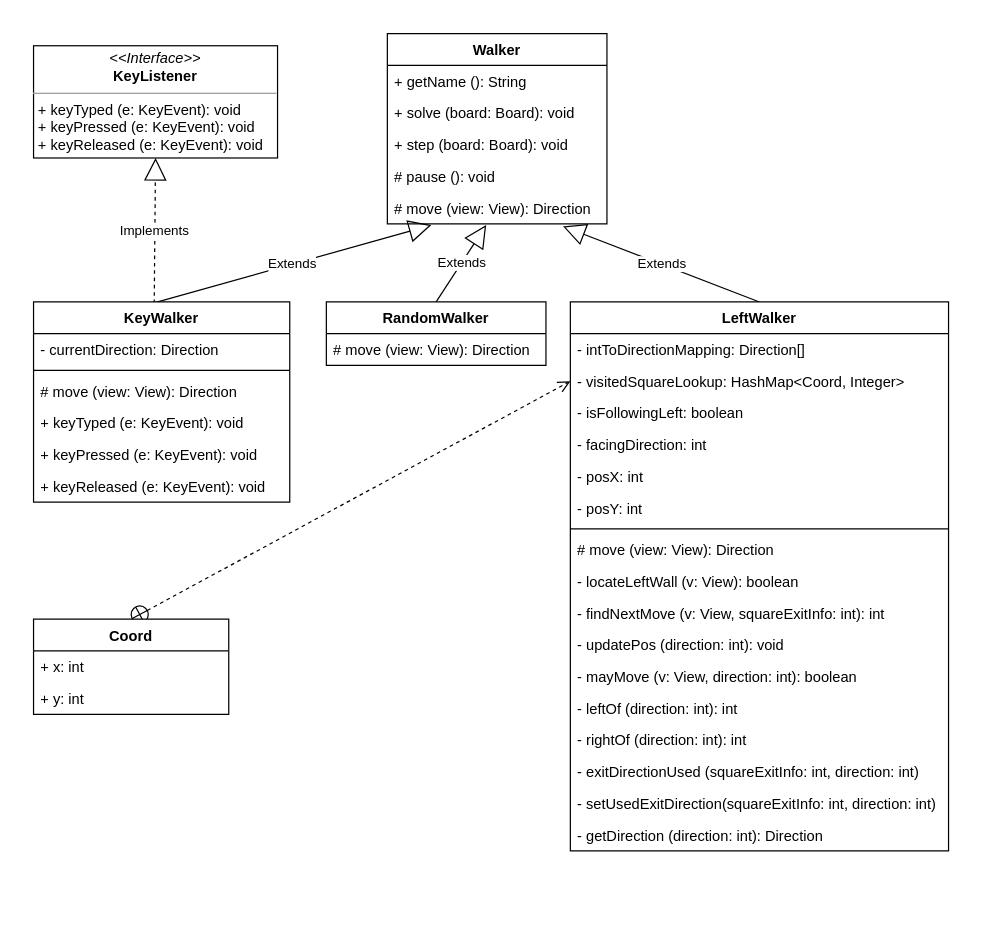
erikha1501/AmazingMaze keeps this draw.io diagram as docs/amazing maze.drawio. Above is the earlier version. Source tidied: cells renumbered, new cells numbered last; positions are measured from the earlier drawing's top-left corner, leaving out a move shared by most shapes. Both pictures are drawn from the tidied source at 122%, with x=0, y=0 at pixel (33, 33).
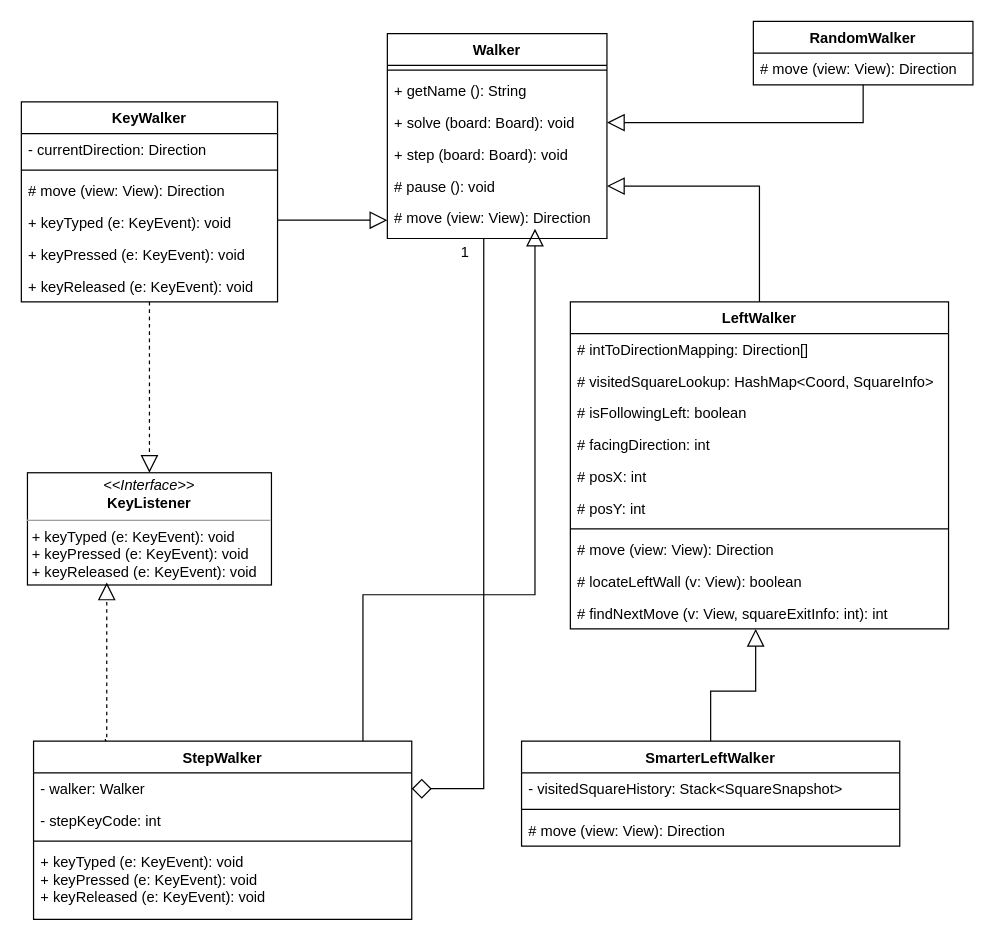
The same page after the edit.

Commit message (it also covers changes not shown here):
Update uml diagram

Change to the diagram source:
```diff
@@
-    <mxCell id="2" value="&lt;p style=&quot;margin: 0px ; margin-top: 4px ; text-align: center&quot;&gt;&lt;i&gt;&amp;lt;&amp;lt;Interface&amp;gt;&amp;gt;&lt;/i&gt;&lt;br&gt;&lt;b&gt;KeyListener&lt;/b&gt;&lt;/p&gt;&lt;hr size=&quot;1&quot;&gt;&lt;p style=&quot;margin: 0px ; margin-left: 4px&quot;&gt;+ keyTyped (e: KeyEvent): void&lt;br&gt;+ keyPressed (e: KeyEvent): void&lt;br&gt;&lt;/p&gt;&lt;p style=&quot;margin: 0px ; margin-left: 4px&quot;&gt;+ keyReleased (e: KeyEvent): void&lt;br&gt;&lt;/p&gt;" style="verticalAlign=top;align=left;overflow=fill;fontSize=12;fontFamily=Helvetica;html=1;" parent="1" vertex="1">
-      <mxGeometry y="10" width="200" height="92" as="geometry" />
+    <mxCell id="2" value="&lt;p style=&quot;margin: 0px ; margin-top: 4px ; text-align: center&quot;&gt;&lt;i&gt;&amp;lt;&amp;lt;Interface&amp;gt;&amp;gt;&lt;/i&gt;&lt;br&gt;&lt;b&gt;KeyListener&lt;/b&gt;&lt;/p&gt;&lt;hr size=&quot;1&quot;&gt;&lt;p style=&quot;margin: 0px 0px 0px 4px&quot;&gt;+ keyTyped (e: KeyEvent): void&lt;br&gt;+ keyPressed (e: KeyEvent): void&lt;br&gt;&lt;/p&gt;&lt;p style=&quot;margin: 0px 0px 0px 4px&quot;&gt;+ keyReleased (e: KeyEvent): void&lt;/p&gt;" style="verticalAlign=top;align=left;overflow=fill;fontSize=12;fontFamily=Helvetica;html=1;" parent="1" vertex="1">
+      <mxGeometry x="-5" y="360" width="200" height="92" as="geometry" />
     </mxCell>
-    <mxCell id="3" value="Extends" style="endArrow=block;endSize=16;endFill=0;html=1;exitX=0.467;exitY=0.006;exitDx=0;exitDy=0;exitPerimeter=0;entryX=0.2;entryY=1.038;entryDx=0;entryDy=0;entryPerimeter=0;" parent="1" edge="1" source="32" target="10">
-      <mxGeometry relative="1" as="geometry" />
-    </mxCell>
-    <mxCell id="4" value="Implements" style="endArrow=block;endSize=16;endFill=0;html=1;exitX=0.471;exitY=0.006;exitDx=0;exitDy=0;exitPerimeter=0;entryX=0.5;entryY=1;entryDx=0;entryDy=0;dashed=1;" parent="1" edge="1" source="32" target="2">
-      <mxGeometry relative="1" as="geometry" />
-    </mxCell>
     <mxCell id="5" value="Walker" style="swimlane;fontStyle=1;align=center;verticalAlign=top;horizontal=1;startSize=26;" parent="1" vertex="1">
-      <mxGeometry x="290" width="180" height="156" as="geometry" />
+      <mxGeometry x="290" width="180" height="168" as="geometry" />
     </mxCell>
+    <mxCell id="44" style="line;strokeWidth=1;fillColor=none;align=left;verticalAlign=middle;spacingTop=-1;spacingLeft=3;spacingRight=3;labelPosition=right;" parent="5" vertex="1">
+      <mxGeometry y="26" width="180" height="8" as="geometry" />
+    </mxCell>
     <mxCell id="6" value="+ getName (): String" style="text;strokeColor=none;fillColor=none;align=left;verticalAlign=top;spacingLeft=4;spacingRight=4;overflow=hidden;" parent="5" vertex="1">
-      <mxGeometry y="26" width="180" height="26" as="geometry" />
+      <mxGeometry y="34" width="180" height="26" as="geometry" />
     </mxCell>
     <mxCell id="7" value="+ solve (board: Board): void" style="text;strokeColor=none;fillColor=none;align=left;verticalAlign=top;spacingLeft=4;spacingRight=4;overflow=hidden;points=[[0,0.5],[1,0.5]];portConstraint=eastwest;imageHeight=24;" parent="5" vertex="1">
-      <mxGeometry y="52" width="180" height="26" as="geometry" />
+      <mxGeometry y="60" width="180" height="26" as="geometry" />
     </mxCell>
     <mxCell id="8" value="+ step (board: Board): void" style="text;strokeColor=none;fillColor=none;align=left;verticalAlign=top;spacingLeft=4;spacingRight=4;overflow=hidden;" parent="5" vertex="1">
-      <mxGeometry y="78" width="180" height="26" as="geometry" />
+      <mxGeometry y="86" width="180" height="26" as="geometry" />
     </mxCell>
     <mxCell id="9" value="# pause (): void" style="text;strokeColor=none;fillColor=none;align=left;verticalAlign=top;spacingLeft=4;spacingRight=4;overflow=hidden;points=[[0,0.5],[1,0.5]];portConstraint=eastwest;" parent="5" vertex="1">
-      <mxGeometry y="104" width="180" height="26" as="geometry" />
+      <mxGeometry y="112" width="180" height="26" as="geometry" />
     </mxCell>
     <mxCell id="10" value="# move (view: View): Direction" style="text;strokeColor=none;fillColor=none;align=left;verticalAlign=top;spacingLeft=4;spacingRight=4;overflow=hidden;points=[[0,0.5],[1,0.5]];portConstraint=eastwest;" parent="5" vertex="1">
-      <mxGeometry y="130" width="180" height="26" as="geometry" />
+      <mxGeometry y="138" width="180" height="30" as="geometry" />
     </mxCell>
-    <mxCell id="11" value="Extends" style="endArrow=block;endSize=16;endFill=0;html=1;exitX=0.5;exitY=0;exitDx=0;exitDy=0;entryX=0.45;entryY=1.038;entryDx=0;entryDy=0;entryPerimeter=0;" parent="1" edge="1" source="39" target="10">
-      <mxGeometry relative="1" as="geometry" />
-    </mxCell>
-    <mxCell id="12" value="Extends" style="endArrow=block;endSize=16;endFill=0;html=1;exitX=0.5;exitY=0;exitDx=0;exitDy=0;entryX=0.8;entryY=1.077;entryDx=0;entryDy=0;entryPerimeter=0;" parent="1" edge="1" source="14" target="10">
-      <mxGeometry relative="1" as="geometry" />
-    </mxCell>
-    <mxCell id="13" style="endArrow=open;startArrow=circlePlus;endFill=0;startFill=0;endSize=8;html=1;dashed=1;exitX=0.5;exitY=0;exitDx=0;exitDy=0;entryX=0;entryY=0.5;entryDx=0;entryDy=0;" parent="1" edge="1" source="41" target="16">
-      <mxGeometry relative="1" as="geometry" />
-    </mxCell>
+    <mxCell id="45" style="edgeStyle=orthogonalEdgeStyle;rounded=0;jettySize=auto;html=1;endArrow=block;endFill=0;startSize=6;endSize=12;entryX=1;entryY=0.5;entryDx=0;entryDy=0;" parent="1" edge="1" source="14" target="9">
+      <mxGeometry relative="1" as="geometry" />
+    </mxCell>
     <mxCell id="14" value="LeftWalker" style="swimlane;fontStyle=1;align=center;verticalAlign=top;horizontal=1;startSize=26;" parent="1" vertex="1">
-      <mxGeometry x="440" y="220" width="310" height="450" as="geometry" />
+      <mxGeometry x="440" y="220" width="310" height="268" as="geometry" />
     </mxCell>
-    <mxCell id="15" value="- intToDirectionMapping: Direction[]" style="text;strokeColor=none;fillColor=none;align=left;verticalAlign=top;spacingLeft=4;spacingRight=4;overflow=hidden;" parent="14" vertex="1">
+    <mxCell id="15" value="# intToDirectionMapping: Direction[]" style="text;strokeColor=none;fillColor=none;align=left;verticalAlign=top;spacingLeft=4;spacingRight=4;overflow=hidden;" parent="14" vertex="1">
       <mxGeometry y="26" width="310" height="26" as="geometry" />
     </mxCell>
-    <mxCell id="16" value="- visitedSquareLookup: HashMap&lt;Coord, Integer&gt;" style="text;strokeColor=none;fillColor=none;align=left;verticalAlign=top;spacingLeft=4;spacingRight=4;overflow=hidden;points=[[0,0.5],[1,0.5]];portConstraint=eastwest;" parent="14" vertex="1">
+    <mxCell id="16" value="# visitedSquareLookup: HashMap&lt;Coord, SquareInfo&gt;" style="text;strokeColor=none;fillColor=none;align=left;verticalAlign=top;spacingLeft=4;spacingRight=4;overflow=hidden;points=[[0,0.5],[1,0.5]];portConstraint=eastwest;" parent="14" vertex="1">
       <mxGeometry y="52" width="310" height="26" as="geometry" />
     </mxCell>
-    <mxCell id="17" value="- isFollowingLeft: boolean" style="text;strokeColor=none;fillColor=none;align=left;verticalAlign=top;spacingLeft=4;spacingRight=4;overflow=hidden;" parent="14" vertex="1">
+    <mxCell id="17" value="# isFollowingLeft: boolean" style="text;strokeColor=none;fillColor=none;align=left;verticalAlign=top;spacingLeft=4;spacingRight=4;overflow=hidden;" parent="14" vertex="1">
       <mxGeometry y="78" width="310" height="26" as="geometry" />
     </mxCell>
-    <mxCell id="18" value="- facingDirection: int" style="text;strokeColor=none;fillColor=none;align=left;verticalAlign=top;spacingLeft=4;spacingRight=4;overflow=hidden;" parent="14" vertex="1">
+    <mxCell id="18" value="# facingDirection: int" style="text;strokeColor=none;fillColor=none;align=left;verticalAlign=top;spacingLeft=4;spacingRight=4;overflow=hidden;" parent="14" vertex="1">
       <mxGeometry y="104" width="310" height="26" as="geometry" />
     </mxCell>
-    <mxCell id="19" value="- posX: int" style="text;strokeColor=none;fillColor=none;align=left;verticalAlign=top;spacingLeft=4;spacingRight=4;overflow=hidden;" parent="14" vertex="1">
+    <mxCell id="19" value="# posX: int" style="text;strokeColor=none;fillColor=none;align=left;verticalAlign=top;spacingLeft=4;spacingRight=4;overflow=hidden;" parent="14" vertex="1">
       <mxGeometry y="130" width="310" height="26" as="geometry" />
     </mxCell>
-    <mxCell id="20" value="- posY: int" style="text;strokeColor=none;fillColor=none;align=left;verticalAlign=top;spacingLeft=4;spacingRight=4;overflow=hidden;" parent="14" vertex="1">
+    <mxCell id="20" value="# posY: int" style="text;strokeColor=none;fillColor=none;align=left;verticalAlign=top;spacingLeft=4;spacingRight=4;overflow=hidden;" parent="14" vertex="1">
       <mxGeometry y="156" width="310" height="26" as="geometry" />
     </mxCell>
@@
-    <mxCell id="23" value="- locateLeftWall (v: View): boolean" style="text;strokeColor=none;fillColor=none;align=left;verticalAlign=top;spacingLeft=4;spacingRight=4;overflow=hidden;" parent="14" vertex="1">
+    <mxCell id="23" value="# locateLeftWall (v: View): boolean" style="text;strokeColor=none;fillColor=none;align=left;verticalAlign=top;spacingLeft=4;spacingRight=4;overflow=hidden;" parent="14" vertex="1">
       <mxGeometry y="216" width="310" height="26" as="geometry" />
     </mxCell>
-    <mxCell id="24" value="- findNextMove (v: View, squareExitInfo: int): int" style="text;strokeColor=none;fillColor=none;align=left;verticalAlign=top;spacingLeft=4;spacingRight=4;overflow=hidden;points=[[0,0.5],[1,0.5]];portConstraint=eastwest;" parent="14" vertex="1">
+    <mxCell id="24" value="# findNextMove (v: View, squareExitInfo: int): int" style="text;strokeColor=none;fillColor=none;align=left;verticalAlign=top;spacingLeft=4;spacingRight=4;overflow=hidden;points=[[0,0.5],[1,0.5]];portConstraint=eastwest;" parent="14" vertex="1">
       <mxGeometry y="242" width="310" height="26" as="geometry" />
     </mxCell>
-    <mxCell id="25" value="- updatePos (direction: int): void" style="text;strokeColor=none;fillColor=none;align=left;verticalAlign=top;spacingLeft=4;spacingRight=4;overflow=hidden;" parent="14" vertex="1">
-      <mxGeometry y="268" width="310" height="26" as="geometry" />
-    </mxCell>
-    <mxCell id="26" value="- mayMove (v: View, direction: int): boolean" style="text;strokeColor=none;fillColor=none;align=left;verticalAlign=top;spacingLeft=4;spacingRight=4;overflow=hidden;" parent="14" vertex="1">
-      <mxGeometry y="294" width="310" height="26" as="geometry" />
-    </mxCell>
-    <mxCell id="27" value="- leftOf (direction: int): int" style="text;strokeColor=none;fillColor=none;align=left;verticalAlign=top;spacingLeft=4;spacingRight=4;overflow=hidden;" parent="14" vertex="1">
-      <mxGeometry y="320" width="310" height="26" as="geometry" />
-    </mxCell>
-    <mxCell id="28" value="- rightOf (direction: int): int" style="text;strokeColor=none;fillColor=none;align=left;verticalAlign=top;spacingLeft=4;spacingRight=4;overflow=hidden;" parent="14" vertex="1">
-      <mxGeometry y="346" width="310" height="26" as="geometry" />
-    </mxCell>
-    <mxCell id="29" value="- exitDirectionUsed (squareExitInfo: int, direction: int)" style="text;strokeColor=none;fillColor=none;align=left;verticalAlign=top;spacingLeft=4;spacingRight=4;overflow=hidden;" parent="14" vertex="1">
-      <mxGeometry y="372" width="310" height="26" as="geometry" />
-    </mxCell>
-    <mxCell id="30" value="- setUsedExitDirection(squareExitInfo: int, direction: int)" style="text;strokeColor=none;fillColor=none;align=left;verticalAlign=top;spacingLeft=4;spacingRight=4;overflow=hidden;" parent="14" vertex="1">
-      <mxGeometry y="398" width="310" height="26" as="geometry" />
-    </mxCell>
-    <mxCell id="31" value="- getDirection (direction: int): Direction" style="text;strokeColor=none;fillColor=none;align=left;verticalAlign=top;spacingLeft=4;spacingRight=4;overflow=hidden;" parent="14" vertex="1">
-      <mxGeometry y="424" width="310" height="26" as="geometry" />
-    </mxCell>
+    <mxCell id="3" style="edgeStyle=orthogonalEdgeStyle;rounded=0;jettySize=auto;html=1;startSize=6;endArrow=block;endFill=0;endSize=12;entryX=0;entryY=0.5;entryDx=0;entryDy=0;" parent="1" edge="1" source="32" target="10">
+      <mxGeometry relative="1" as="geometry">
+        <Array as="points">
+          <mxPoint x="140" y="145" />
+        </Array>
+      </mxGeometry>
+    </mxCell>
+    <mxCell id="46" style="edgeStyle=orthogonalEdgeStyle;rounded=0;jettySize=auto;html=1;entryX=1;entryY=0.5;entryDx=0;entryDy=0;startSize=6;endArrow=block;endFill=0;endSize=12;" parent="1" edge="1" source="39" target="7">
+      <mxGeometry relative="1" as="geometry" />
+    </mxCell>
+    <mxCell id="47" style="edgeStyle=orthogonalEdgeStyle;rounded=0;jettySize=auto;html=1;entryX=0.49;entryY=1;entryDx=0;entryDy=0;entryPerimeter=0;startSize=6;endArrow=block;endFill=0;endSize=12;" parent="1" edge="1" source="48" target="24">
+      <mxGeometry relative="1" as="geometry" />
+    </mxCell>
+    <mxCell id="48" value="SmarterLeftWalker" style="swimlane;fontStyle=1;align=center;verticalAlign=top;horizontal=1;startSize=26;" parent="1" vertex="1">
+      <mxGeometry x="400" y="580" width="310" height="86" as="geometry" />
+    </mxCell>
+    <mxCell id="49" value="- visitedSquareHistory: Stack&lt;SquareSnapshot&gt;" style="text;strokeColor=none;fillColor=none;align=left;verticalAlign=top;spacingLeft=4;spacingRight=4;overflow=hidden;" parent="48" vertex="1">
+      <mxGeometry y="26" width="310" height="26" as="geometry" />
+    </mxCell>
+    <mxCell id="50" style="line;strokeWidth=1;fillColor=none;align=left;verticalAlign=middle;spacingTop=-1;spacingLeft=3;spacingRight=3;labelPosition=right;" parent="48" vertex="1">
+      <mxGeometry y="52" width="310" height="8" as="geometry" />
+    </mxCell>
+    <mxCell id="51" value="# move (view: View): Direction" style="text;strokeColor=none;fillColor=none;align=left;verticalAlign=top;spacingLeft=4;spacingRight=4;overflow=hidden;" parent="48" vertex="1">
+      <mxGeometry y="60" width="310" height="26" as="geometry" />
+    </mxCell>
+    <mxCell id="52" style="edgeStyle=orthogonalEdgeStyle;rounded=0;jettySize=auto;html=1;startSize=6;endArrow=block;endFill=0;endSize=12;" parent="1" edge="1" source="54">
+      <mxGeometry relative="1" as="geometry">
+        <mxPoint x="411" y="160" as="targetPoint" />
+        <Array as="points">
+          <mxPoint x="270" y="460" />
+          <mxPoint x="411" y="460" />
+        </Array>
+      </mxGeometry>
+    </mxCell>
+    <mxCell id="53" style="edgeStyle=orthogonalEdgeStyle;rounded=0;jettySize=auto;html=1;exitX=0.19;exitY=-0.012;exitDx=0;exitDy=0;startSize=6;endArrow=block;endFill=0;endSize=12;exitPerimeter=0;dashed=1;entryX=0.325;entryY=0.978;entryDx=0;entryDy=0;entryPerimeter=0;" parent="1" edge="1" source="54" target="2">
+      <mxGeometry relative="1" as="geometry">
+        <Array as="points">
+          <mxPoint x="59" y="580" />
+          <mxPoint x="60" y="580" />
+        </Array>
+      </mxGeometry>
+    </mxCell>
+    <mxCell id="54" value="StepWalker" style="swimlane;fontStyle=1;align=center;verticalAlign=top;horizontal=1;startSize=26;" parent="1" vertex="1">
+      <mxGeometry y="580" width="310" height="146" as="geometry" />
+    </mxCell>
+    <mxCell id="55" value="- walker: Walker" style="text;strokeColor=none;fillColor=none;align=left;verticalAlign=top;spacingLeft=4;spacingRight=4;overflow=hidden;points=[[0,0.5],[1,0.5]];portConstraint=eastwest;" parent="54" vertex="1">
+      <mxGeometry y="26" width="310" height="26" as="geometry" />
+    </mxCell>
+    <mxCell id="56" value="- stepKeyCode: int" style="text;strokeColor=none;fillColor=none;align=left;verticalAlign=top;spacingLeft=4;spacingRight=4;overflow=hidden;" parent="54" vertex="1">
+      <mxGeometry y="52" width="310" height="26" as="geometry" />
+    </mxCell>
+    <mxCell id="57" style="line;strokeWidth=1;fillColor=none;align=left;verticalAlign=middle;spacingTop=-1;spacingLeft=3;spacingRight=3;labelPosition=right;" parent="54" vertex="1">
+      <mxGeometry y="78" width="310" height="8" as="geometry" />
+    </mxCell>
+    <mxCell id="58" value="+ keyTyped (e: KeyEvent): void&#10;+ keyPressed (e: KeyEvent): void&#10;+ keyReleased (e: KeyEvent): void" style="text;strokeColor=none;fillColor=none;align=left;verticalAlign=top;spacingLeft=4;spacingRight=4;overflow=hidden;" parent="54" vertex="1">
+      <mxGeometry y="86" width="310" height="60" as="geometry" />
+    </mxCell>
+    <mxCell id="4" style="edgeStyle=orthogonalEdgeStyle;rounded=0;jettySize=auto;html=1;entryX=0.5;entryY=0;entryDx=0;entryDy=0;dashed=1;startSize=6;endArrow=block;endFill=0;endSize=12;" parent="1" edge="1" source="32" target="2">
+      <mxGeometry relative="1" as="geometry" />
+    </mxCell>
     <mxCell id="32" value="KeyWalker" style="swimlane;fontStyle=1;align=center;verticalAlign=top;horizontal=1;startSize=26;" parent="1" vertex="1">
-      <mxGeometry y="220" width="210" height="164" as="geometry" />
+      <mxGeometry x="-10" y="56" width="210" height="164" as="geometry" />
     </mxCell>
@@
     <mxCell id="39" value="RandomWalker" style="swimlane;fontStyle=1;align=center;verticalAlign=top;horizontal=1;startSize=26;" parent="1" vertex="1">
-      <mxGeometry x="240" y="220" width="180" height="52" as="geometry" />
+      <mxGeometry x="590" y="-10" width="180" height="52" as="geometry" />
     </mxCell>
@@
-    <mxCell id="41" value="Coord" style="swimlane;fontStyle=1;align=center;verticalAlign=top;horizontal=1;startSize=26;" parent="1" vertex="1">
-      <mxGeometry y="480" width="160" height="78" as="geometry" />
-    </mxCell>
-    <mxCell id="42" value="+ x: int" style="text;strokeColor=none;fillColor=none;align=left;verticalAlign=top;spacingLeft=4;spacingRight=4;overflow=hidden;" parent="41" vertex="1">
-      <mxGeometry y="26" width="160" height="26" as="geometry" />
-    </mxCell>
-    <mxCell id="43" value="+ y: int" style="text;strokeColor=none;fillColor=none;align=left;verticalAlign=top;spacingLeft=4;spacingRight=4;overflow=hidden;" parent="41" vertex="1">
-      <mxGeometry y="52" width="160" height="26" as="geometry" />
-    </mxCell>
+    <mxCell id="59" style="edgeStyle=orthogonalEdgeStyle;rounded=0;jettySize=auto;html=1;entryX=0.439;entryY=1;entryDx=0;entryDy=0;entryPerimeter=0;startSize=14;endArrow=none;endFill=0;endSize=12;startArrow=diamond;startFill=0;sourcePerimeterSpacing=5;exitX=1;exitY=0.5;exitDx=0;exitDy=0;" parent="1" edge="1" source="55" target="10">
+      <mxGeometry relative="1" as="geometry" />
+    </mxCell>
+    <mxCell id="60" value="1" style="text;html=1;strokeColor=none;fillColor=none;align=center;verticalAlign=middle;whiteSpace=wrap;rounded=0;" parent="1" vertex="1">
+      <mxGeometry x="334" y="170" width="40" height="20" as="geometry" />
+    </mxCell>
```
